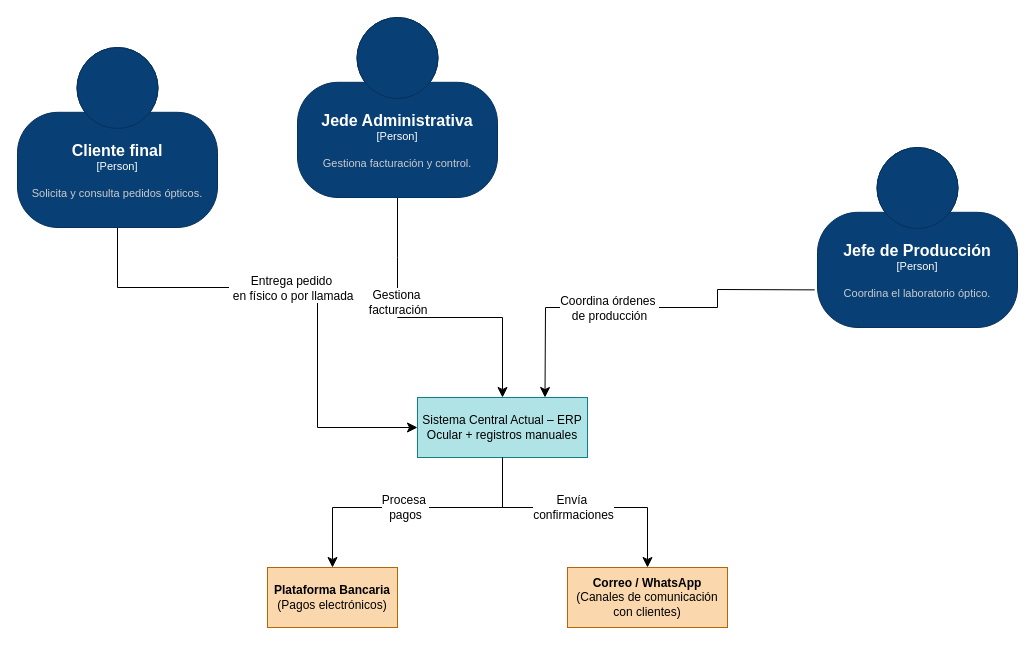
The draw.io diagram entrega/c1-contexto-final.drawio in ValentinaRodRo/taller-03-arquitectura-c4, before the edit. Source tidied: cells renumbered, new cells numbered last; positions are measured from the earlier drawing's top-left corner, leaving out a move shared by most shapes. Both pictures are drawn from the tidied source at 100%, with x=0, y=0 at pixel (17, 17).
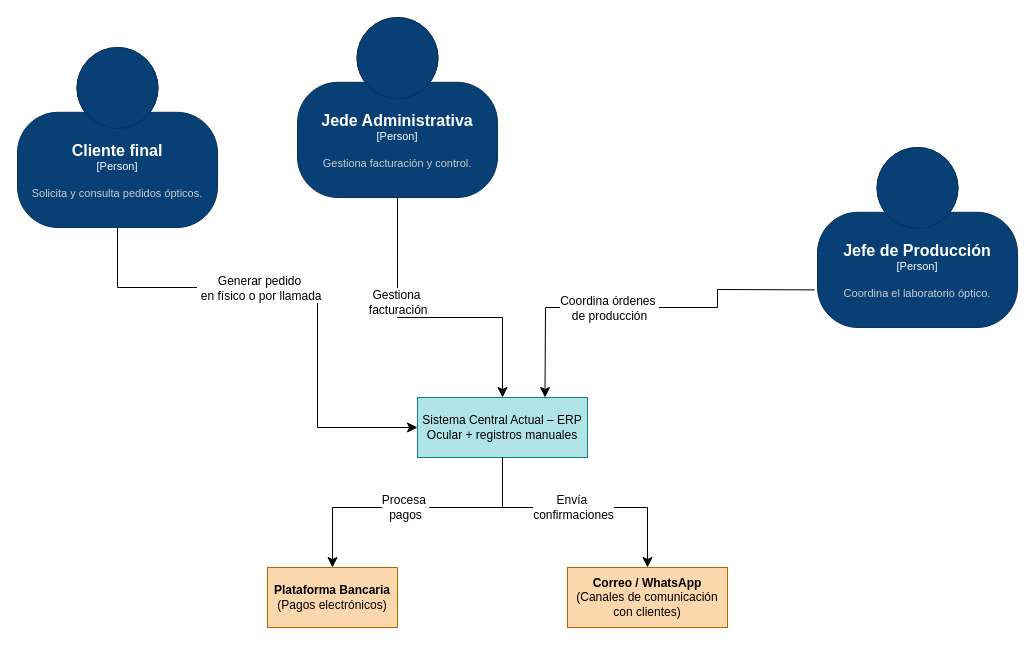
After the change.

Commit message (it also covers changes not shown here):
Corrección cliente final

Unchanged cells that the change refers to:
```xml
<mxCell id="5" style="endArrow=classic;html=1;rounded=0;fontSize=12;startSize=8;endSize=8;curved=0;entryX=0;entryY=0.5;entryDx=0;entryDy=0;exitX=0.5;exitY=1;exitDx=0;exitDy=0;exitPerimeter=0;" parent="1" edge="1" source="17" target="4">
  <mxGeometry relative="1" as="geometry">
    <Array as="points">
      <mxPoint x="100" y="270" />
      <mxPoint x="300" y="270" />
      <mxPoint x="300" y="280" />
      <mxPoint x="300" y="410" />
    </Array>
  </mxGeometry>
</mxCell>
```

The edit, as a diff of the source:
```diff
@@
-    <mxCell id="6" value="Entrega pedido&lt;div&gt;&amp;nbsp;en físico o por llamada&lt;/div&gt;" style="edgeLabel;html=1;align=center;verticalAlign=middle;fontSize=12;" parent="5" vertex="1">
+    <mxCell id="6" value="Generar pedido&lt;div&gt;&amp;nbsp;en físico o por llamada&lt;/div&gt;" style="edgeLabel;html=1;align=center;verticalAlign=middle;fontSize=12;" parent="5" vertex="1">
       <mxGeometry x="-0.13" relative="1" as="geometry">
-        <mxPoint x="15" as="offset" />
+        <mxPoint x="-17" as="offset" />
       </mxGeometry>
     </mxCell>
```
